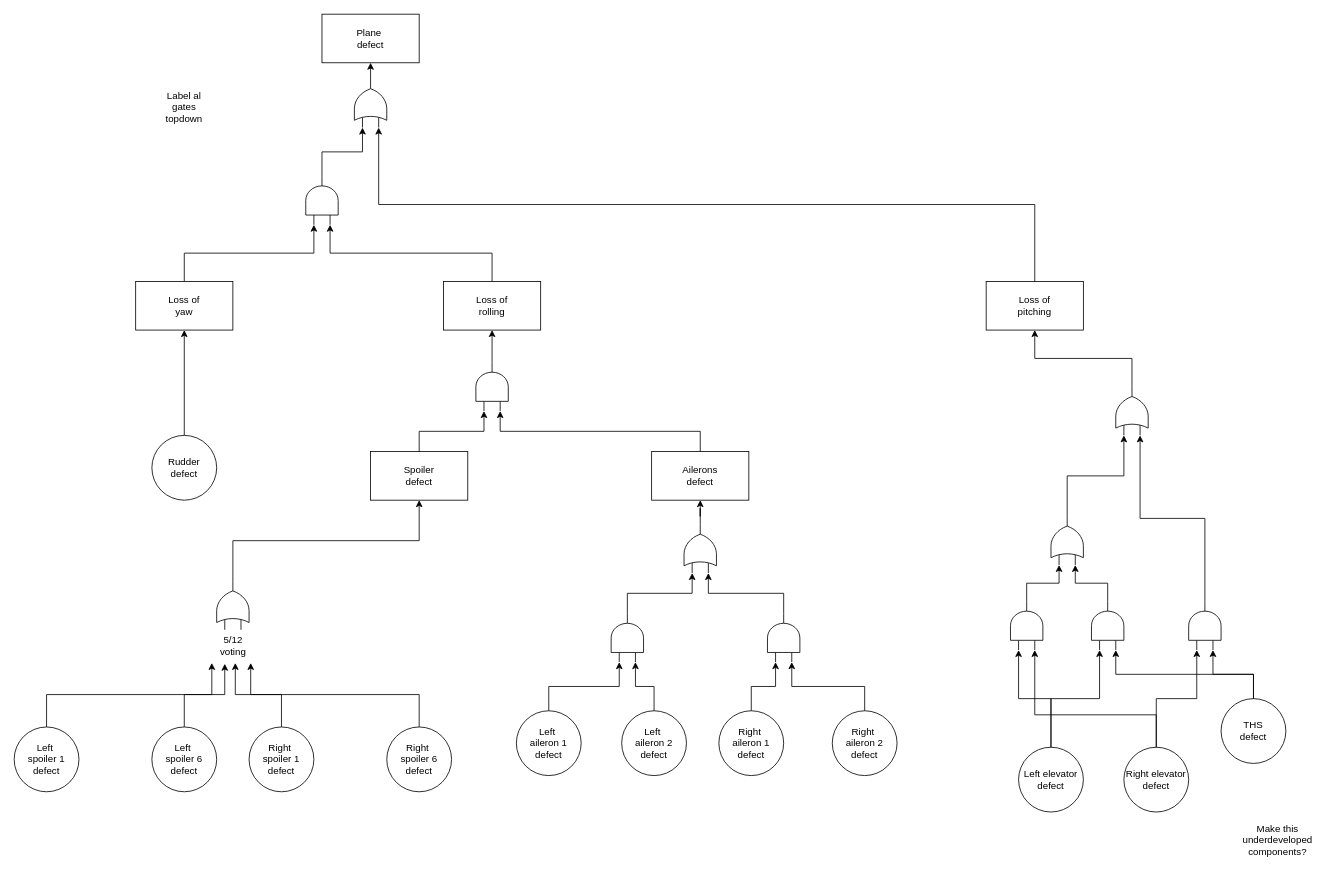
Before: page "fta_plane" (1 of 2) of Diagrams/fta_entire_plane.drawio in bwolleswinkel/drawio, a draw.io diagram. Source tidied: cells renumbered, new cells numbered last; positions are measured from the earlier drawing's top-left corner, leaving out a move shared by most shapes. Both pictures are drawn from the tidied source at 81%, with x=0, y=0 at pixel (14, 14).
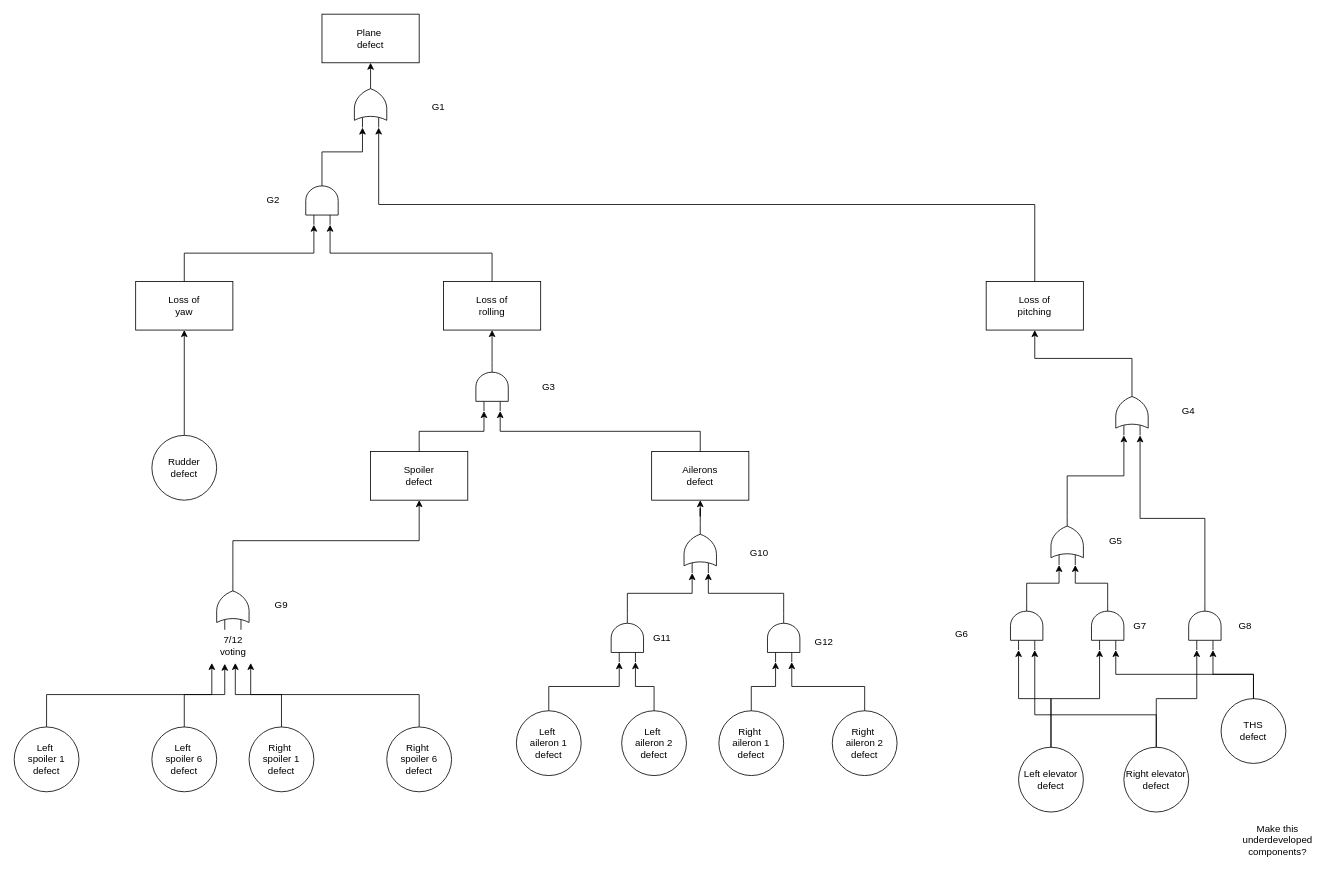
Above is the later version.

The edit, as a diff of the source:
```diff
@@
-    <mxCell id="61" value="5/12&lt;div&gt;voting&lt;/div&gt;" style="text;html=1;align=center;verticalAlign=middle;points=[];strokeColor=none;fillColor=none;" parent="1" vertex="1">
+    <mxCell id="61" value="7/12&lt;div&gt;voting&lt;/div&gt;" style="text;html=1;align=center;verticalAlign=middle;points=[];strokeColor=none;fillColor=none;" parent="1" vertex="1">
       <mxGeometry x="240" y="760" width="60" height="40" as="geometry" />
     </mxCell>
@@
-    <mxCell id="66" value="Label al gates&lt;div&gt;topdown&lt;/div&gt;" style="text;html=1;align=center;verticalAlign=middle;whiteSpace=wrap;rounded=0;" parent="1" vertex="1">
-      <mxGeometry x="180" y="100" width="60" height="30" as="geometry" />
-    </mxCell>
+    <mxCell id="67" value="G1" style="text;html=1;align=center;verticalAlign=middle;whiteSpace=wrap;rounded=0;" parent="1" vertex="1">
+      <mxGeometry x="494" y="100" width="60" height="30" as="geometry" />
+    </mxCell>
+    <mxCell id="68" value="G2" style="text;html=1;align=center;verticalAlign=middle;whiteSpace=wrap;rounded=0;" parent="1" vertex="1">
+      <mxGeometry x="290" y="215" width="60" height="30" as="geometry" />
+    </mxCell>
+    <mxCell id="69" value="G3" style="text;html=1;align=center;verticalAlign=middle;whiteSpace=wrap;rounded=0;" parent="1" vertex="1">
+      <mxGeometry x="630" y="445" width="60" height="30" as="geometry" />
+    </mxCell>
+    <mxCell id="70" value="G4" style="text;html=1;align=center;verticalAlign=middle;whiteSpace=wrap;rounded=0;" parent="1" vertex="1">
+      <mxGeometry x="1420" y="475" width="60" height="30" as="geometry" />
+    </mxCell>
+    <mxCell id="71" value="G5" style="text;html=1;align=center;verticalAlign=middle;whiteSpace=wrap;rounded=0;" parent="1" vertex="1">
+      <mxGeometry x="1330" y="635" width="60" height="30" as="geometry" />
+    </mxCell>
+    <mxCell id="72" value="G6" style="text;html=1;align=center;verticalAlign=middle;whiteSpace=wrap;rounded=0;" parent="1" vertex="1">
+      <mxGeometry x="1140" y="750" width="60" height="30" as="geometry" />
+    </mxCell>
+    <mxCell id="73" value="G7" style="text;html=1;align=center;verticalAlign=middle;whiteSpace=wrap;rounded=0;" parent="1" vertex="1">
+      <mxGeometry x="1360" y="740" width="60" height="30" as="geometry" />
+    </mxCell>
+    <mxCell id="74" value="G8" style="text;html=1;align=center;verticalAlign=middle;whiteSpace=wrap;rounded=0;" parent="1" vertex="1">
+      <mxGeometry x="1490" y="740" width="60" height="30" as="geometry" />
+    </mxCell>
+    <mxCell id="75" value="G9" style="text;html=1;align=center;verticalAlign=middle;whiteSpace=wrap;rounded=0;" parent="1" vertex="1">
+      <mxGeometry x="300" y="715" width="60" height="30" as="geometry" />
+    </mxCell>
+    <mxCell id="76" value="G10" style="text;html=1;align=center;verticalAlign=middle;whiteSpace=wrap;rounded=0;" parent="1" vertex="1">
+      <mxGeometry x="890" y="650" width="60" height="30" as="geometry" />
+    </mxCell>
+    <mxCell id="77" value="G11" style="text;html=1;align=center;verticalAlign=middle;whiteSpace=wrap;rounded=0;" parent="1" vertex="1">
+      <mxGeometry x="770" y="755" width="60" height="30" as="geometry" />
+    </mxCell>
+    <mxCell id="78" value="G12" style="text;html=1;align=center;verticalAlign=middle;whiteSpace=wrap;rounded=0;" parent="1" vertex="1">
+      <mxGeometry x="970" y="760" width="60" height="30" as="geometry" />
+    </mxCell>
```
